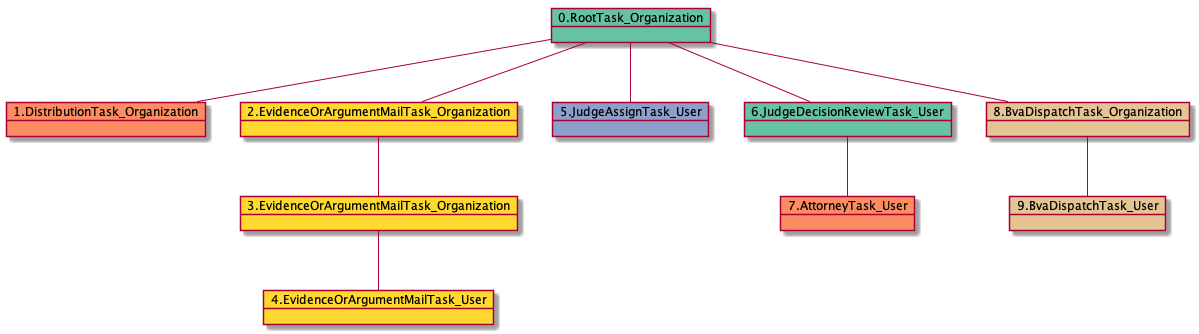
The PlantUML diagram docs-DR/uml/RTO.DTO.EOAMTO-10213.png in yoomlam/graphing, before a commit. The source it was exported from:
```plantuml
@startuml
object 0.RootTask_Organization #66c2a5
object 1.DistributionTask_Organization #fc8d62
object 2.EvidenceOrArgumentMailTask_Organization #ffd92f
object 3.EvidenceOrArgumentMailTask_Organization #ffd92f
object 4.EvidenceOrArgumentMailTask_User #ffd92f
object 5.JudgeAssignTask_User #8da0cb
object 6.JudgeDecisionReviewTask_User #66c2a5
object 7.AttorneyTask_User #fc8d62
object 8.BvaDispatchTask_Organization #e5c494
object 9.BvaDispatchTask_User #e5c494
0.RootTask_Organization -- 1.DistributionTask_Organization
0.RootTask_Organization -- 2.EvidenceOrArgumentMailTask_Organization
2.EvidenceOrArgumentMailTask_Organization -- 3.EvidenceOrArgumentMailTask_Organization
3.EvidenceOrArgumentMailTask_Organization -- 4.EvidenceOrArgumentMailTask_User
0.RootTask_Organization -- 5.JudgeAssignTask_User
0.RootTask_Organization -- 6.JudgeDecisionReviewTask_User
6.JudgeDecisionReviewTask_User -- 7.AttorneyTask_User
0.RootTask_Organization -- 8.BvaDispatchTask_Organization
8.BvaDispatchTask_Organization -- 9.BvaDispatchTask_User
@enduml
```
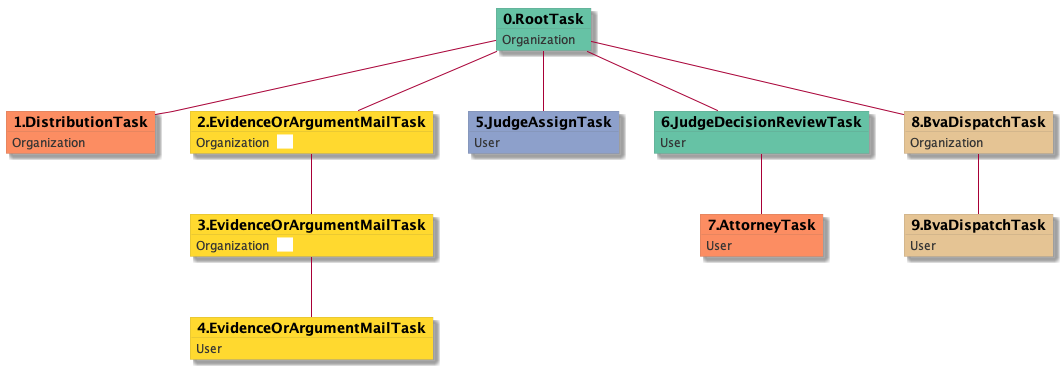
Above is the later version.

Diff of the diagram source:
```diff
@@ -1,21 +1,49 @@
 @startuml
-object 0.RootTask_Organization #66c2a5
-object 1.DistributionTask_Organization #fc8d62
-object 2.EvidenceOrArgumentMailTask_Organization #ffd92f
-object 3.EvidenceOrArgumentMailTask_Organization #ffd92f
-object 4.EvidenceOrArgumentMailTask_User #ffd92f
-object 5.JudgeAssignTask_User #8da0cb
-object 6.JudgeDecisionReviewTask_User #66c2a5
-object 7.AttorneyTask_User #fc8d62
-object 8.BvaDispatchTask_Organization #e5c494
-object 9.BvaDispatchTask_User #e5c494
-0.RootTask_Organization -- 1.DistributionTask_Organization
-0.RootTask_Organization -- 2.EvidenceOrArgumentMailTask_Organization
-2.EvidenceOrArgumentMailTask_Organization -- 3.EvidenceOrArgumentMailTask_Organization
-3.EvidenceOrArgumentMailTask_Organization -- 4.EvidenceOrArgumentMailTask_User
-0.RootTask_Organization -- 5.JudgeAssignTask_User
-0.RootTask_Organization -- 6.JudgeDecisionReviewTask_User
-6.JudgeDecisionReviewTask_User -- 7.AttorneyTask_User
-0.RootTask_Organization -- 8.BvaDispatchTask_Organization
-8.BvaDispatchTask_Organization -- 9.BvaDispatchTask_User
+skinparam {
+  ObjectBorderColor #555
+  ObjectBorderThickness 0
+  ObjectFontStyle bold
+  ObjectFontSize 14
+  ObjectAttributeFontColor #333
+  ObjectAttributeFontSize 12
+}
+  object 0.RootTask #66c2a5 {
+Organization
+}
+  object 1.DistributionTask #fc8d62 {
+Organization
+}
+  object 2.EvidenceOrArgumentMailTask #ffd92f {
+Organization  <back:white>    </back>
+}
+  object 3.EvidenceOrArgumentMailTask #ffd92f {
+Organization  <back:white>    </back>
+}
+  object 4.EvidenceOrArgumentMailTask #ffd92f {
+User
+}
+  object 5.JudgeAssignTask #8da0cb {
+User
+}
+  object 6.JudgeDecisionReviewTask #66c2a5 {
+User
+}
+  object 7.AttorneyTask #fc8d62 {
+User
+}
+  object 8.BvaDispatchTask #e5c494 {
+Organization
+}
+  object 9.BvaDispatchTask #e5c494 {
+User
+}
+0.RootTask -- 1.DistributionTask
+0.RootTask -- 2.EvidenceOrArgumentMailTask
+2.EvidenceOrArgumentMailTask -- 3.EvidenceOrArgumentMailTask
+3.EvidenceOrArgumentMailTask -- 4.EvidenceOrArgumentMailTask
+0.RootTask -- 5.JudgeAssignTask
+0.RootTask -- 6.JudgeDecisionReviewTask
+6.JudgeDecisionReviewTask -- 7.AttorneyTask
+0.RootTask -- 8.BvaDispatchTask
+8.BvaDispatchTask -- 9.BvaDispatchTask
 @enduml
```
